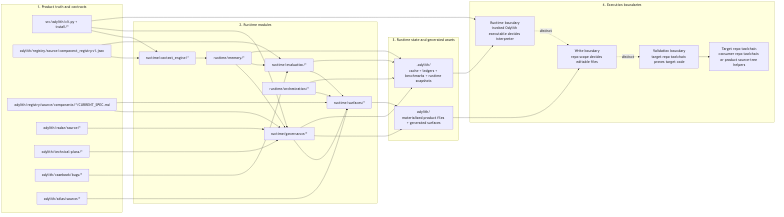
The Mermaid diagram odylith/atlas/source/odylith-product-runtime-boundary-map.png in odylith/odylith, before a commit. Its source is kept beside it as odylith/atlas/source/odylith-product-runtime-boundary-map.mmd.
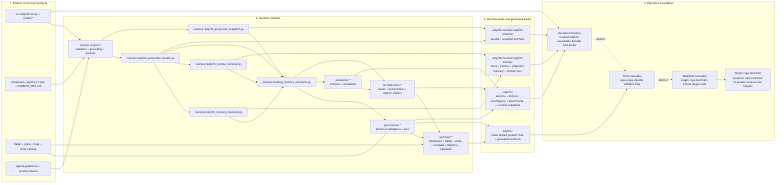
The same file after the commit.

What changed in the source:
```diff
@@ -1,26 +1,29 @@
 flowchart LR
     subgraph Inputs["1. Product truth and contracts"]
         CLI["src/odylith/cli.py + install/*"]
-        Registry["odylith/registry/source/component_registry.v1.json"]
-        Specs["odylith/registry/source/components/*/CURRENT_SPEC.md"]
-        Radar["odylith/radar/source/*"]
-        Plans["odylith/technical-plans/*"]
-        Bugs["odylith/casebook/bugs/*"]
-        Atlas["odylith/atlas/source/*"]
+        Registry["component_registry.v1.json + CURRENT_SPEC.md"]
+        Workstreams["Radar + plans + bugs + Atlas catalog"]
+        Guidance["agents-guidelines + runtime/source"]
     end
 
     subgraph Runtime["2. Runtime modules"]
-        Context["runtime/context_engine/*"]
-        Memory["runtime/memory/*"]
-        Governance["runtime/governance/*"]
-        Evaluation["runtime/evaluation/*"]
-        Orchestration["runtime/orchestration/*"]
-        Surfaces["runtime/surfaces/*"]
+        Context["context_engine/*<br/>compiler + grounding + packets"]
+        Bundle["memory/odylith_projection_bundle.py"]
+        Snapshot["memory/odylith_projection_snapshot.py"]
+        Backend["memory/odylith_memory_backend.py"]
+        Remote["memory/odylith_remote_retrieval.py"]
+        Contracts["memory/tooling_memory_contracts.py"]
+        Governance["governance/*<br/>delivery intelligence + sync"]
+        Evaluation["evaluation/*<br/>tribunal + remediator"]
+        Conversation["orchestration/*<br/>router + orchestrator + odylith chatter"]
+        Surfaces["surfaces/*<br/>Dashboard + Radar + Atlas + Compass + Registry + Casebook"]
     end
 
     subgraph State["3. Runtime state and generated assets"]
         ProductRoot["odylith/<br/>materialized product files + generated surfaces"]
-        RuntimeRoot[".odylith/<br/>cache + ledgers + benchmarks + runtime snapshots"]
+        CompilerRoot[".odylith/runtime/odylith-compiler<br/>bundle + snapshot artifacts"]
+        MemoryRoot[".odylith/runtime/odylith-memory<br/>lance + tantivy + judgment memory + remote sync"]
+        RuntimeRoot[".odylith/<br/>sessions + delivery intelligence + benchmarks + runtime snapshots"]
     end
 
     subgraph Boundaries["4. Execution boundaries"]
@@ -34,30 +37,38 @@
     end
 
     CLI --> Context
-    CLI --> Governance
     Registry --> Context
-    Registry --> Evaluation
-    Specs --> Governance
-    Specs --> Surfaces
-    Radar --> Governance
-    Plans --> Governance
-    Bugs --> Evaluation
-    Atlas --> Surfaces
+    Workstreams --> Governance
+    Workstreams --> Surfaces
+    Guidance --> Context
 
-    Context --> Memory
-    Memory --> Governance
-    Memory --> Evaluation
+    Context --> Bundle
+    Context --> Snapshot
+    Bundle --> Backend
+    Bundle --> Remote
+    Bundle --> Contracts
+    Snapshot --> Contracts
+    Backend --> Contracts
+    Remote --> Contracts
+    Contracts --> Governance
+    Contracts --> Evaluation
+    Contracts --> Conversation
     Governance --> Surfaces
-    Evaluation --> Surfaces
-    Orchestration --> Surfaces
+    Evaluation --> Conversation
+    Conversation --> Surfaces
 
     Governance --> ProductRoot
     Surfaces --> ProductRoot
-    Memory --> RuntimeRoot
+    Bundle --> CompilerRoot
+    Snapshot --> CompilerRoot
+    Backend --> MemoryRoot
+    Remote --> MemoryRoot
     Governance --> RuntimeRoot
     Evaluation --> RuntimeRoot
-    Orchestration --> RuntimeRoot
+    Conversation --> RuntimeRoot
 
     CLI --> RuntimeBoundary
     ProductRoot --> WriteBoundary
+    CompilerRoot --> RuntimeBoundary
+    MemoryRoot --> RuntimeBoundary
     RuntimeRoot --> RuntimeBoundary
```
